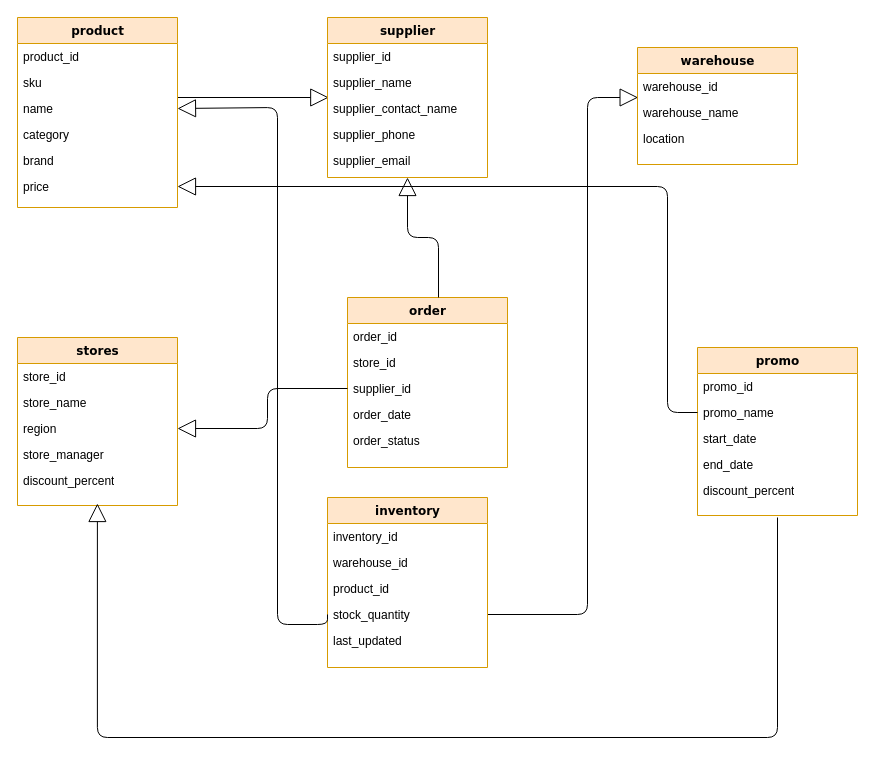
DarynaCibula/Project-Tcibylia-Daryna keeps this draw.io diagram as Датасет Цибуля УМ-22.drawio. Above is the earlier version. Source tidied: cells renumbered, new cells numbered last; positions are measured from the earlier drawing's top-left corner, leaving out a move shared by most shapes. Both pictures are drawn from the tidied source at 100%, with x=0, y=0 at pixel (17, 17).
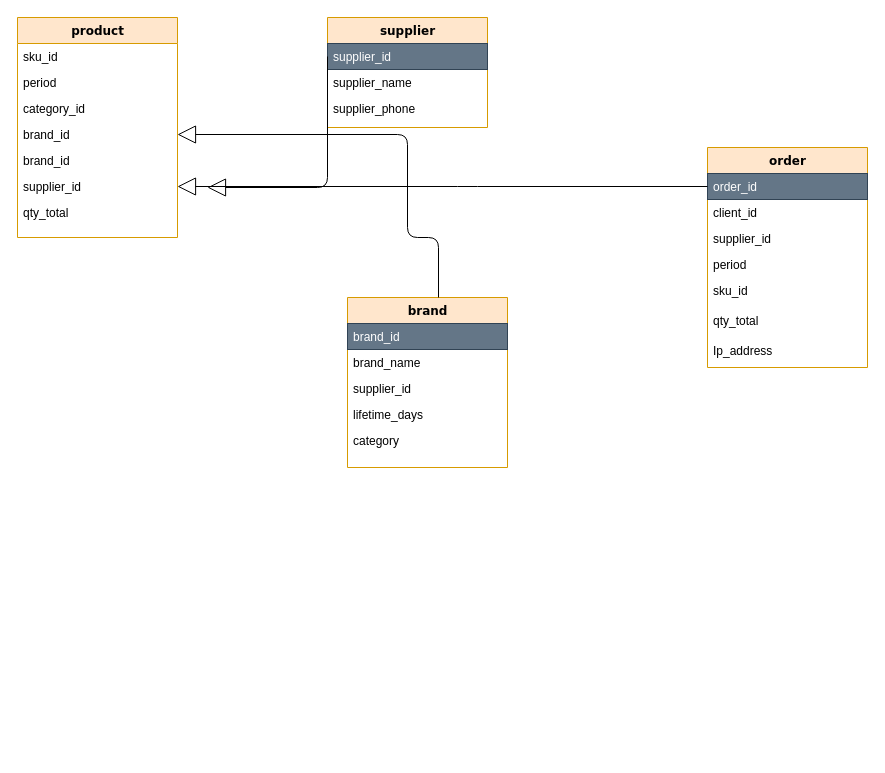
Above is the later version.

The change refers to these unchanged cells:
```xml
<mxCell id="44" value="supplier_id" style="text;html=1;strokeColor=none;fillColor=none;align=left;verticalAlign=top;spacingLeft=4;spacingRight=4;whiteSpace=wrap;overflow=hidden;points=[[0,0.5],[1,0.5]];portConstraint=eastwest;" parent="41" vertex="1">
  <mxGeometry y="78" width="160" height="26" as="geometry" />
</mxCell>
```

Diff of the diagram source:
```diff
@@
-    <mxCell id="2" value="warehouse" style="swimlane;html=1;fontStyle=1;align=center;verticalAlign=top;horizontal=1;startSize=26;swimlaneFillColor=#ffffff;rounded=0;shadow=0;comic=0;labelBackgroundColor=none;strokeWidth=1;fillColor=#ffe6cc;fontFamily=Verdana;fontSize=12;strokeColor=#d79b00;" parent="1" vertex="1">
-      <mxGeometry x="620" y="30" width="160" height="117" as="geometry" />
-    </mxCell>
-    <mxCell id="3" value="warehouse_id" style="text;html=1;strokeColor=none;fillColor=none;align=left;verticalAlign=top;spacingLeft=4;spacingRight=4;whiteSpace=wrap;overflow=hidden;points=[[0,0.5],[1,0.5]];portConstraint=eastwest;" parent="2" vertex="1">
-      <mxGeometry y="26" width="160" height="26" as="geometry" />
-    </mxCell>
-    <mxCell id="4" value="warehouse_name" style="text;html=1;strokeColor=none;fillColor=none;align=left;verticalAlign=top;spacingLeft=4;spacingRight=4;whiteSpace=wrap;overflow=hidden;" parent="2" vertex="1">
-      <mxGeometry y="52" width="160" height="26" as="geometry" />
-    </mxCell>
-    <mxCell id="5" value="location" style="text;html=1;strokeColor=none;fillColor=none;align=left;verticalAlign=top;spacingLeft=4;spacingRight=4;whiteSpace=wrap;overflow=hidden;" parent="2" vertex="1">
-      <mxGeometry y="78" width="160" height="26" as="geometry" />
-    </mxCell>
-    <mxCell id="6" style="edgeStyle=elbowEdgeStyle;html=1;labelBackgroundColor=none;startFill=0;startSize=8;endArrow=block;endFill=0;endSize=16;fontFamily=Verdana;fontSize=12;elbow=vertical;entryX=0.008;entryY=0.077;entryDx=0;entryDy=0;entryPerimeter=0;" parent="1" edge="1" source="14" target="38">
-      <mxGeometry relative="1" as="geometry" />
-    </mxCell>
-    <mxCell id="7" value="stores" style="swimlane;html=1;fontStyle=1;align=center;verticalAlign=top;horizontal=1;startSize=26;swimlaneFillColor=#ffffff;rounded=0;shadow=0;comic=0;labelBackgroundColor=none;strokeWidth=1;fillColor=#ffe6cc;fontFamily=Verdana;fontSize=12;strokeColor=#d79b00;" parent="1" vertex="1">
-      <mxGeometry y="320" width="160" height="168" as="geometry" />
-    </mxCell>
-    <mxCell id="8" value="store_id" style="text;html=1;strokeColor=none;fillColor=none;align=left;verticalAlign=top;spacingLeft=4;spacingRight=4;whiteSpace=wrap;overflow=hidden;" parent="7" vertex="1">
-      <mxGeometry y="26" width="160" height="26" as="geometry" />
-    </mxCell>
-    <mxCell id="9" value="store_name" style="text;html=1;strokeColor=none;fillColor=none;align=left;verticalAlign=top;spacingLeft=4;spacingRight=4;whiteSpace=wrap;overflow=hidden;" parent="7" vertex="1">
-      <mxGeometry y="52" width="160" height="26" as="geometry" />
-    </mxCell>
-    <mxCell id="10" value="region" style="text;html=1;strokeColor=none;fillColor=none;align=left;verticalAlign=top;spacingLeft=4;spacingRight=4;whiteSpace=wrap;overflow=hidden;points=[[0,0.5],[1,0.5]];portConstraint=eastwest;" parent="7" vertex="1">
-      <mxGeometry y="78" width="160" height="26" as="geometry" />
-    </mxCell>
-    <mxCell id="11" value="store_manager" style="text;html=1;strokeColor=none;fillColor=none;align=left;verticalAlign=top;spacingLeft=4;spacingRight=4;whiteSpace=wrap;overflow=hidden;" parent="7" vertex="1">
-      <mxGeometry y="104" width="160" height="26" as="geometry" />
-    </mxCell>
-    <mxCell id="12" value="discount_percent" style="text;html=1;strokeColor=none;fillColor=none;align=left;verticalAlign=top;spacingLeft=4;spacingRight=4;whiteSpace=wrap;overflow=hidden;" parent="7" vertex="1">
-      <mxGeometry y="130" width="160" height="26" as="geometry" />
-    </mxCell>
-    <mxCell id="13" style="edgeStyle=orthogonalEdgeStyle;html=1;labelBackgroundColor=none;startFill=0;startSize=8;endArrow=block;endFill=0;endSize=16;fontFamily=Verdana;fontSize=12;exitX=1;exitY=0.5;exitDx=0;exitDy=0;entryX=0.004;entryY=0.923;entryDx=0;entryDy=0;entryPerimeter=0;" parent="1" edge="1" source="32" target="3">
-      <mxGeometry relative="1" as="geometry">
-        <Array as="points">
-          <mxPoint x="570" y="597" />
-          <mxPoint x="570" y="80" />
-        </Array>
-      </mxGeometry>
-    </mxCell>
     <mxCell id="14" value="product" style="swimlane;html=1;fontStyle=1;align=center;verticalAlign=top;horizontal=1;startSize=26;swimlaneFillColor=#ffffff;rounded=0;shadow=0;comic=0;labelBackgroundColor=none;strokeWidth=1;fillColor=#ffe6cc;fontFamily=Verdana;fontSize=12;strokeColor=#d79b00;" parent="1" vertex="1">
-      <mxGeometry width="160" height="190" as="geometry" />
+      <mxGeometry width="160" height="220" as="geometry" />
     </mxCell>
-    <mxCell id="15" value="product_id" style="text;html=1;strokeColor=none;fillColor=none;align=left;verticalAlign=top;spacingLeft=4;spacingRight=4;whiteSpace=wrap;overflow=hidden;" parent="14" vertex="1">
+    <mxCell id="15" value="sku_id" style="text;html=1;strokeColor=none;fillColor=none;align=left;verticalAlign=top;spacingLeft=4;spacingRight=4;whiteSpace=wrap;overflow=hidden;" parent="14" vertex="1">
       <mxGeometry y="26" width="160" height="26" as="geometry" />
     </mxCell>
-    <mxCell id="16" value="sku" style="text;html=1;strokeColor=none;fillColor=none;align=left;verticalAlign=top;spacingLeft=4;spacingRight=4;whiteSpace=wrap;overflow=hidden;" parent="14" vertex="1">
+    <mxCell id="16" value="period" style="text;html=1;strokeColor=none;fillColor=none;align=left;verticalAlign=top;spacingLeft=4;spacingRight=4;whiteSpace=wrap;overflow=hidden;" parent="14" vertex="1">
       <mxGeometry y="52" width="160" height="26" as="geometry" />
     </mxCell>
-    <mxCell id="17" value="name" style="text;html=1;strokeColor=none;fillColor=none;align=left;verticalAlign=top;spacingLeft=4;spacingRight=4;whiteSpace=wrap;overflow=hidden;points=[[0,0.5],[1,0.5]];portConstraint=eastwest;" parent="14" vertex="1">
+    <mxCell id="17" value="category_id" style="text;html=1;strokeColor=none;fillColor=none;align=left;verticalAlign=top;spacingLeft=4;spacingRight=4;whiteSpace=wrap;overflow=hidden;points=[[0,0.5],[1,0.5]];portConstraint=eastwest;" parent="14" vertex="1">
       <mxGeometry y="78" width="160" height="26" as="geometry" />
     </mxCell>
-    <mxCell id="18" value="category" style="text;html=1;strokeColor=none;fillColor=none;align=left;verticalAlign=top;spacingLeft=4;spacingRight=4;whiteSpace=wrap;overflow=hidden;points=[[0,0.5],[1,0.5]];portConstraint=eastwest;" parent="14" vertex="1">
+    <mxCell id="18" value="brand_id" style="text;html=1;strokeColor=none;fillColor=none;align=left;verticalAlign=top;spacingLeft=4;spacingRight=4;whiteSpace=wrap;overflow=hidden;points=[[0,0.5],[1,0.5]];portConstraint=eastwest;" parent="14" vertex="1">
       <mxGeometry y="104" width="160" height="26" as="geometry" />
     </mxCell>
-    <mxCell id="19" value="brand" style="text;html=1;strokeColor=none;fillColor=none;align=left;verticalAlign=top;spacingLeft=4;spacingRight=4;whiteSpace=wrap;overflow=hidden;" parent="14" vertex="1">
+    <mxCell id="19" value="brand_id" style="text;html=1;strokeColor=none;fillColor=none;align=left;verticalAlign=top;spacingLeft=4;spacingRight=4;whiteSpace=wrap;overflow=hidden;" parent="14" vertex="1">
       <mxGeometry y="130" width="160" height="26" as="geometry" />
     </mxCell>
-    <mxCell id="20" value="price" style="text;html=1;strokeColor=none;fillColor=none;align=left;verticalAlign=top;spacingLeft=4;spacingRight=4;whiteSpace=wrap;overflow=hidden;points=[[0,0.5],[1,0.5]];portConstraint=eastwest;" parent="14" vertex="1">
+    <mxCell id="20" value="supplier_id" style="text;html=1;strokeColor=none;fillColor=none;align=left;verticalAlign=top;spacingLeft=4;spacingRight=4;whiteSpace=wrap;overflow=hidden;points=[[0,0.5],[1,0.5]];portConstraint=eastwest;" parent="14" vertex="1">
       <mxGeometry y="156" width="160" height="26" as="geometry" />
     </mxCell>
+    <mxCell id="50" value="qty_total" style="text;html=1;strokeColor=none;fillColor=none;align=left;verticalAlign=top;spacingLeft=4;spacingRight=4;whiteSpace=wrap;overflow=hidden;" parent="14" vertex="1">
+      <mxGeometry y="182" width="160" height="28" as="geometry" />
+    </mxCell>
-    <mxCell id="21" value="promo" style="swimlane;html=1;fontStyle=1;align=center;verticalAlign=top;horizontal=1;startSize=26;swimlaneFillColor=#ffffff;rounded=0;shadow=0;comic=0;labelBackgroundColor=none;strokeWidth=1;fillColor=#ffe6cc;fontFamily=Verdana;fontSize=12;strokeColor=#d79b00;" parent="1" vertex="1">
-      <mxGeometry x="680" y="330" width="160" height="168" as="geometry" />
+    <mxCell id="21" value="order" style="swimlane;html=1;fontStyle=1;align=center;verticalAlign=top;horizontal=1;startSize=26;swimlaneFillColor=#ffffff;rounded=0;shadow=0;comic=0;labelBackgroundColor=none;strokeWidth=1;fillColor=#ffe6cc;fontFamily=Verdana;fontSize=12;strokeColor=#d79b00;" parent="1" vertex="1">
+      <mxGeometry x="690" y="130" width="160" height="220" as="geometry" />
     </mxCell>
-    <mxCell id="22" value="promo_id" style="text;html=1;strokeColor=none;fillColor=none;align=left;verticalAlign=top;spacingLeft=4;spacingRight=4;whiteSpace=wrap;overflow=hidden;points=[[0,0.5],[1,0.5]];portConstraint=eastwest;" parent="21" vertex="1">
+    <mxCell id="22" value="order_id" style="text;html=1;strokeColor=#314354;fillColor=#647687;align=left;verticalAlign=top;spacingLeft=4;spacingRight=4;whiteSpace=wrap;overflow=hidden;points=[[0,0.5],[1,0.5]];portConstraint=eastwest;fontColor=#ffffff;" parent="21" vertex="1">
       <mxGeometry y="26" width="160" height="26" as="geometry" />
     </mxCell>
-    <mxCell id="23" value="promo_name" style="text;html=1;strokeColor=none;fillColor=none;align=left;verticalAlign=top;spacingLeft=4;spacingRight=4;whiteSpace=wrap;overflow=hidden;points=[[0,0.5],[1,0.5]];portConstraint=eastwest;" parent="21" vertex="1">
+    <mxCell id="23" value="client_id" style="text;html=1;strokeColor=none;fillColor=none;align=left;verticalAlign=top;spacingLeft=4;spacingRight=4;whiteSpace=wrap;overflow=hidden;points=[[0,0.5],[1,0.5]];portConstraint=eastwest;" parent="21" vertex="1">
       <mxGeometry y="52" width="160" height="26" as="geometry" />
     </mxCell>
-    <mxCell id="24" value="start_date" style="text;html=1;strokeColor=none;fillColor=none;align=left;verticalAlign=top;spacingLeft=4;spacingRight=4;whiteSpace=wrap;overflow=hidden;" parent="21" vertex="1">
+    <mxCell id="24" value="supplier_id" style="text;html=1;strokeColor=none;fillColor=none;align=left;verticalAlign=top;spacingLeft=4;spacingRight=4;whiteSpace=wrap;overflow=hidden;" parent="21" vertex="1">
       <mxGeometry y="78" width="160" height="26" as="geometry" />
     </mxCell>
-    <mxCell id="25" value="end_date" style="text;html=1;strokeColor=none;fillColor=none;align=left;verticalAlign=top;spacingLeft=4;spacingRight=4;whiteSpace=wrap;overflow=hidden;" parent="21" vertex="1">
+    <mxCell id="25" value="period" style="text;html=1;strokeColor=none;fillColor=none;align=left;verticalAlign=top;spacingLeft=4;spacingRight=4;whiteSpace=wrap;overflow=hidden;" parent="21" vertex="1">
       <mxGeometry y="104" width="160" height="26" as="geometry" />
     </mxCell>
-    <mxCell id="26" value="discount_percent" style="text;html=1;strokeColor=none;fillColor=none;align=left;verticalAlign=top;spacingLeft=4;spacingRight=4;whiteSpace=wrap;overflow=hidden;" parent="21" vertex="1">
+    <mxCell id="26" value="sku_id" style="text;html=1;strokeColor=none;fillColor=none;align=left;verticalAlign=top;spacingLeft=4;spacingRight=4;whiteSpace=wrap;overflow=hidden;" parent="21" vertex="1">
       <mxGeometry y="130" width="160" height="30" as="geometry" />
     </mxCell>
-    <mxCell id="27" style="edgeStyle=orthogonalEdgeStyle;html=1;labelBackgroundColor=none;startFill=0;startSize=8;endArrow=block;endFill=0;endSize=16;fontFamily=Verdana;fontSize=12;" parent="1" edge="1">
-      <mxGeometry relative="1" as="geometry">
-        <mxPoint x="760" y="500" as="sourcePoint" />
-        <mxPoint x="79.9" y="486" as="targetPoint" />
-        <Array as="points">
-          <mxPoint x="760" y="720" />
-          <mxPoint x="80" y="720" />
-        </Array>
-      </mxGeometry>
-    </mxCell>
-    <mxCell id="28" value="inventory" style="swimlane;html=1;fontStyle=1;align=center;verticalAlign=top;horizontal=1;startSize=26;swimlaneFillColor=#ffffff;rounded=0;shadow=0;comic=0;labelBackgroundColor=none;strokeWidth=1;fillColor=#ffe6cc;fontFamily=Verdana;fontSize=12;strokeColor=#d79b00;" parent="1" vertex="1">
-      <mxGeometry x="310" y="480" width="160" height="170" as="geometry" />
-    </mxCell>
-    <mxCell id="29" value="inventory_id" style="text;html=1;strokeColor=none;fillColor=none;align=left;verticalAlign=top;spacingLeft=4;spacingRight=4;whiteSpace=wrap;overflow=hidden;" parent="28" vertex="1">
-      <mxGeometry y="26" width="160" height="26" as="geometry" />
-    </mxCell>
-    <mxCell id="30" value="warehouse_id" style="text;html=1;strokeColor=none;fillColor=none;align=left;verticalAlign=top;spacingLeft=4;spacingRight=4;whiteSpace=wrap;overflow=hidden;" parent="28" vertex="1">
-      <mxGeometry y="52" width="160" height="26" as="geometry" />
-    </mxCell>
-    <mxCell id="31" value="product_id" style="text;html=1;strokeColor=none;fillColor=none;align=left;verticalAlign=top;spacingLeft=4;spacingRight=4;whiteSpace=wrap;overflow=hidden;" parent="28" vertex="1">
-      <mxGeometry y="78" width="160" height="26" as="geometry" />
-    </mxCell>
-    <mxCell id="32" value="stock_quantity" style="text;html=1;strokeColor=none;fillColor=none;align=left;verticalAlign=top;spacingLeft=4;spacingRight=4;whiteSpace=wrap;overflow=hidden;points=[[0,0.5],[1,0.5]];portConstraint=eastwest;" parent="28" vertex="1">
-      <mxGeometry y="104" width="160" height="26" as="geometry" />
-    </mxCell>
-    <mxCell id="33" value="last_updated" style="text;html=1;strokeColor=none;fillColor=none;align=left;verticalAlign=top;spacingLeft=4;spacingRight=4;whiteSpace=wrap;overflow=hidden;" parent="28" vertex="1">
-      <mxGeometry y="130" width="160" height="26" as="geometry" />
-    </mxCell>
-    <mxCell id="34" style="edgeStyle=orthogonalEdgeStyle;html=1;labelBackgroundColor=none;startFill=0;startSize=8;endArrow=block;endFill=0;endSize=16;fontFamily=Verdana;fontSize=12;exitX=0;exitY=0.5;exitDx=0;exitDy=0;" parent="1" edge="1" source="23" target="20">
-      <mxGeometry relative="1" as="geometry">
-        <Array as="points">
-          <mxPoint x="650" y="395" />
-          <mxPoint x="650" y="169" />
-        </Array>
-      </mxGeometry>
-    </mxCell>
+    <mxCell id="51" value="qty_total" style="text;html=1;strokeColor=none;fillColor=none;align=left;verticalAlign=top;spacingLeft=4;spacingRight=4;whiteSpace=wrap;overflow=hidden;" parent="21" vertex="1">
+      <mxGeometry y="160" width="160" height="30" as="geometry" />
+    </mxCell>
+    <mxCell id="52" value="Ip_address" style="text;html=1;strokeColor=none;fillColor=none;align=left;verticalAlign=top;spacingLeft=4;spacingRight=4;whiteSpace=wrap;overflow=hidden;" parent="21" vertex="1">
+      <mxGeometry y="190" width="160" height="30" as="geometry" />
+    </mxCell>
     <mxCell id="35" value="supplier" style="swimlane;html=1;fontStyle=1;align=center;verticalAlign=top;horizontal=1;startSize=26;swimlaneFillColor=#ffffff;rounded=0;shadow=0;comic=0;labelBackgroundColor=none;strokeWidth=1;fillColor=#ffe6cc;fontFamily=Verdana;fontSize=12;strokeColor=#d79b00;" parent="1" vertex="1">
-      <mxGeometry x="310" width="160" height="160" as="geometry" />
+      <mxGeometry x="310" width="160" height="110" as="geometry" />
     </mxCell>
-    <mxCell id="36" value="supplier_id" style="text;html=1;strokeColor=none;fillColor=none;align=left;verticalAlign=top;spacingLeft=4;spacingRight=4;whiteSpace=wrap;overflow=hidden;points=[[0,0.5],[1,0.5]];portConstraint=eastwest;" parent="35" vertex="1">
+    <mxCell id="36" value="supplier_id" style="text;html=1;strokeColor=#314354;fillColor=#647687;align=left;verticalAlign=top;spacingLeft=4;spacingRight=4;whiteSpace=wrap;overflow=hidden;points=[[0,0.5],[1,0.5]];portConstraint=eastwest;fontColor=#ffffff;" parent="35" vertex="1">
       <mxGeometry y="26" width="160" height="26" as="geometry" />
     </mxCell>
@@
-    <mxCell id="38" value="supplier_contact_name" style="text;html=1;strokeColor=none;fillColor=none;align=left;verticalAlign=top;spacingLeft=4;spacingRight=4;whiteSpace=wrap;overflow=hidden;points=[[0,0.5],[1,0.5]];portConstraint=eastwest;" parent="35" vertex="1">
-      <mxGeometry y="78" width="160" height="26" as="geometry" />
-    </mxCell>
     <mxCell id="39" value="supplier_phone" style="text;html=1;strokeColor=none;fillColor=none;align=left;verticalAlign=top;spacingLeft=4;spacingRight=4;whiteSpace=wrap;overflow=hidden;" parent="35" vertex="1">
-      <mxGeometry y="104" width="160" height="26" as="geometry" />
+      <mxGeometry y="78" width="160" height="26" as="geometry" />
     </mxCell>
-    <mxCell id="40" value="supplier_email" style="text;html=1;strokeColor=none;fillColor=none;align=left;verticalAlign=top;spacingLeft=4;spacingRight=4;whiteSpace=wrap;overflow=hidden;" parent="35" vertex="1">
-      <mxGeometry y="130" width="160" height="26" as="geometry" />
-    </mxCell>
-    <mxCell id="41" value="order" style="swimlane;html=1;fontStyle=1;align=center;verticalAlign=top;horizontal=1;startSize=26;swimlaneFillColor=#ffffff;rounded=0;shadow=0;comic=0;labelBackgroundColor=none;strokeWidth=1;fillColor=#ffe6cc;fontFamily=Verdana;fontSize=12;strokeColor=#d79b00;" parent="1" vertex="1">
+    <mxCell id="41" value="brand" style="swimlane;html=1;fontStyle=1;align=center;verticalAlign=top;horizontal=1;startSize=26;swimlaneFillColor=#ffffff;rounded=0;shadow=0;comic=0;labelBackgroundColor=none;strokeWidth=1;fillColor=#ffe6cc;fontFamily=Verdana;fontSize=12;strokeColor=#d79b00;" parent="1" vertex="1">
       <mxGeometry x="330" y="280" width="160" height="170" as="geometry" />
     </mxCell>
-    <mxCell id="42" value="order_id" style="text;html=1;strokeColor=none;fillColor=none;align=left;verticalAlign=top;spacingLeft=4;spacingRight=4;whiteSpace=wrap;overflow=hidden;" parent="41" vertex="1">
+    <mxCell id="42" value="brand_id" style="text;html=1;strokeColor=#314354;fillColor=#647687;align=left;verticalAlign=top;spacingLeft=4;spacingRight=4;whiteSpace=wrap;overflow=hidden;fontColor=#ffffff;" parent="41" vertex="1">
       <mxGeometry y="26" width="160" height="26" as="geometry" />
     </mxCell>
-    <mxCell id="43" value="store_id" style="text;html=1;strokeColor=none;fillColor=none;align=left;verticalAlign=top;spacingLeft=4;spacingRight=4;whiteSpace=wrap;overflow=hidden;" parent="41" vertex="1">
+    <mxCell id="43" value="brand_name" style="text;html=1;strokeColor=none;fillColor=none;align=left;verticalAlign=top;spacingLeft=4;spacingRight=4;whiteSpace=wrap;overflow=hidden;" parent="41" vertex="1">
       <mxGeometry y="52" width="160" height="26" as="geometry" />
     </mxCell>
@@
-    <mxCell id="45" value="order_date" style="text;html=1;strokeColor=none;fillColor=none;align=left;verticalAlign=top;spacingLeft=4;spacingRight=4;whiteSpace=wrap;overflow=hidden;" parent="41" vertex="1">
+    <mxCell id="45" value="lifetime_days" style="text;html=1;strokeColor=none;fillColor=none;align=left;verticalAlign=top;spacingLeft=4;spacingRight=4;whiteSpace=wrap;overflow=hidden;" parent="41" vertex="1">
       <mxGeometry y="104" width="160" height="26" as="geometry" />
     </mxCell>
-    <mxCell id="46" value="order_status" style="text;html=1;strokeColor=none;fillColor=none;align=left;verticalAlign=top;spacingLeft=4;spacingRight=4;whiteSpace=wrap;overflow=hidden;" parent="41" vertex="1">
+    <mxCell id="46" value="category" style="text;html=1;strokeColor=none;fillColor=none;align=left;verticalAlign=top;spacingLeft=4;spacingRight=4;whiteSpace=wrap;overflow=hidden;" parent="41" vertex="1">
       <mxGeometry y="130" width="160" height="26" as="geometry" />
     </mxCell>
-    <mxCell id="47" style="edgeStyle=orthogonalEdgeStyle;rounded=1;jettySize=auto;html=1;entryX=1;entryY=0.5;entryDx=0;entryDy=0;curved=0;strokeColor=default;endArrow=block;endFill=0;endSize=16;" parent="1" edge="1" source="44" target="10">
-      <mxGeometry relative="1" as="geometry" />
-    </mxCell>
-    <mxCell id="48" style="edgeStyle=orthogonalEdgeStyle;html=1;labelBackgroundColor=none;startFill=0;startSize=8;endArrow=block;endFill=0;endSize=16;fontFamily=Verdana;fontSize=12;entryX=0.5;entryY=1;entryDx=0;entryDy=0;" parent="1" edge="1" source="41" target="35">
+    <mxCell id="48" style="edgeStyle=orthogonalEdgeStyle;html=1;labelBackgroundColor=none;startFill=0;startSize=8;endArrow=block;endFill=0;endSize=16;fontFamily=Verdana;fontSize=12;entryX=1;entryY=0.5;entryDx=0;entryDy=0;" parent="1" edge="1" source="41" target="18">
       <mxGeometry relative="1" as="geometry">
         <Array as="points">
           <mxPoint x="421" y="220" />
           <mxPoint x="390" y="220" />
+          <mxPoint x="390" y="117" />
         </Array>
       </mxGeometry>
     </mxCell>
-    <mxCell id="49" style="edgeStyle=orthogonalEdgeStyle;html=1;labelBackgroundColor=none;startFill=0;startSize=8;endArrow=block;endFill=0;endSize=16;fontFamily=Verdana;fontSize=12;exitX=0;exitY=0.5;exitDx=0;exitDy=0;entryX=1;entryY=0.5;entryDx=0;entryDy=0;" parent="1" edge="1" source="32" target="17">
-      <mxGeometry relative="1" as="geometry">
-        <Array as="points">
-          <mxPoint x="310" y="607" />
-          <mxPoint x="260" y="607" />
-          <mxPoint x="260" y="90" />
-          <mxPoint x="160" y="90" />
-        </Array>
-      </mxGeometry>
-    </mxCell>
+    <mxCell id="53" style="edgeStyle=elbowEdgeStyle;html=1;labelBackgroundColor=none;startFill=0;startSize=8;endArrow=block;endFill=0;endSize=16;fontFamily=Verdana;fontSize=12;elbow=vertical;exitX=0;exitY=0.5;exitDx=0;exitDy=0;entryX=1;entryY=0.5;entryDx=0;entryDy=0;" parent="1" edge="1" source="22" target="20">
+      <mxGeometry relative="1" as="geometry">
+        <Array as="points">
+          <mxPoint x="450" y="169" />
+          <mxPoint x="250" y="90" />
+        </Array>
+      </mxGeometry>
+    </mxCell>
+    <mxCell id="54" style="edgeStyle=elbowEdgeStyle;html=1;labelBackgroundColor=none;startFill=0;startSize=8;endArrow=block;endFill=0;endSize=16;fontFamily=Verdana;fontSize=12;elbow=vertical;exitX=0;exitY=0.5;exitDx=0;exitDy=0;" parent="1" edge="1" source="36">
+      <mxGeometry relative="1" as="geometry">
+        <mxPoint x="190" y="170" as="targetPoint" />
+        <Array as="points">
+          <mxPoint x="310" y="170" />
+          <mxPoint x="260" y="100" />
+        </Array>
+      </mxGeometry>
+    </mxCell>
```
